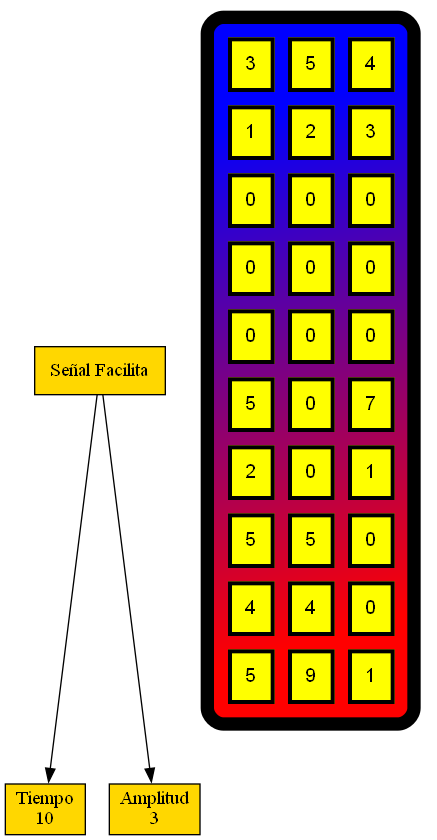
The Graphviz diagram Matriz_original.png in KINGR0X/IPC2_Proyecto1_202044192, before a commit. Its source is kept beside it as Matriz_original.dot.
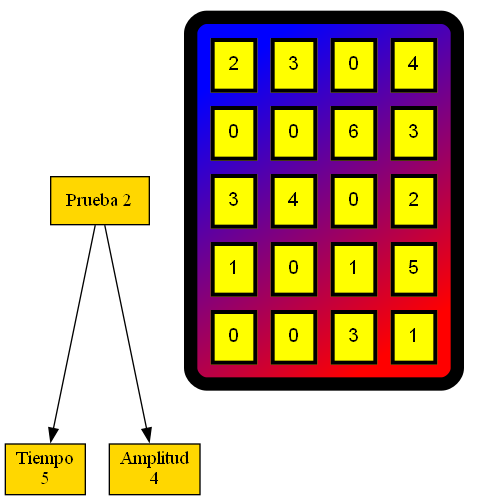
The same diagram one commit later.

Change to the diagram source:
```diff
@@ -1,9 +1,9 @@
 digraph G {
 subgraph {
-nodo_00[label=" Señal Facilita ",fontcolor="#000000",fillcolor=gold, style=filled,shape=box];
-nodo_01_left[label="Tiempo\n10",fontcolor="#000000",fillcolor=gold, style=filled,shape=box];
+nodo_00[label=" Prueba 2 ",fontcolor="#000000",fillcolor=gold, style=filled,shape=box];
+nodo_01_left[label="Tiempo\n5",fontcolor="#000000",fillcolor=gold, style=filled,shape=box];
 nodo_00 -> nodo_01_left;
-nodo_01_right[label="Amplitud\n3",fontcolor="#000000",fillcolor=gold, style=filled,shape=box];
+nodo_01_right[label="Amplitud\n4",fontcolor="#000000",fillcolor=gold, style=filled,shape=box];
 nodo_00 -> nodo_01_right;
 }
 
@@ -12,44 +12,29 @@
 edge [fontname="Helvetica,Arial,sans-serif"]
 a0 [shape=none label=<
 <TABLE border="10" cellspacing="10" cellpadding="10" style="rounded" bgcolor="blue:red" gradientangle="315">
-            <TR><TD border="3"  bgcolor="yellow" gradientangle="315">3</TD>
-<TD border="3"  bgcolor="yellow" gradientangle="315">5</TD>
+            <TR><TD border="3"  bgcolor="yellow" gradientangle="315">2</TD>
+<TD border="3"  bgcolor="yellow" gradientangle="315">3</TD>
+<TD border="3"  bgcolor="yellow" gradientangle="315">0</TD>
 <TD border="3"  bgcolor="yellow" gradientangle="315">4</TD>
-</TR>
-<TR><TD border="3"  bgcolor="yellow" gradientangle="315">1</TD>
-<TD border="3"  bgcolor="yellow" gradientangle="315">2</TD>
-<TD border="3"  bgcolor="yellow" gradientangle="315">3</TD>
 </TR>
 <TR><TD border="3"  bgcolor="yellow" gradientangle="315">0</TD>
 <TD border="3"  bgcolor="yellow" gradientangle="315">0</TD>
+<TD border="3"  bgcolor="yellow" gradientangle="315">6</TD>
+<TD border="3"  bgcolor="yellow" gradientangle="315">3</TD>
+</TR>
+<TR><TD border="3"  bgcolor="yellow" gradientangle="315">3</TD>
+<TD border="3"  bgcolor="yellow" gradientangle="315">4</TD>
 <TD border="3"  bgcolor="yellow" gradientangle="315">0</TD>
+<TD border="3"  bgcolor="yellow" gradientangle="315">2</TD>
+</TR>
+<TR><TD border="3"  bgcolor="yellow" gradientangle="315">1</TD>
+<TD border="3"  bgcolor="yellow" gradientangle="315">0</TD>
+<TD border="3"  bgcolor="yellow" gradientangle="315">1</TD>
+<TD border="3"  bgcolor="yellow" gradientangle="315">5</TD>
 </TR>
 <TR><TD border="3"  bgcolor="yellow" gradientangle="315">0</TD>
 <TD border="3"  bgcolor="yellow" gradientangle="315">0</TD>
-<TD border="3"  bgcolor="yellow" gradientangle="315">0</TD>
-</TR>
-<TR><TD border="3"  bgcolor="yellow" gradientangle="315">0</TD>
-<TD border="3"  bgcolor="yellow" gradientangle="315">0</TD>
-<TD border="3"  bgcolor="yellow" gradientangle="315">0</TD>
-</TR>
-<TR><TD border="3"  bgcolor="yellow" gradientangle="315">5</TD>
-<TD border="3"  bgcolor="yellow" gradientangle="315">0</TD>
-<TD border="3"  bgcolor="yellow" gradientangle="315">7</TD>
-</TR>
-<TR><TD border="3"  bgcolor="yellow" gradientangle="315">2</TD>
-<TD border="3"  bgcolor="yellow" gradientangle="315">0</TD>
-<TD border="3"  bgcolor="yellow" gradientangle="315">1</TD>
-</TR>
-<TR><TD border="3"  bgcolor="yellow" gradientangle="315">5</TD>
-<TD border="3"  bgcolor="yellow" gradientangle="315">5</TD>
-<TD border="3"  bgcolor="yellow" gradientangle="315">0</TD>
-</TR>
-<TR><TD border="3"  bgcolor="yellow" gradientangle="315">4</TD>
-<TD border="3"  bgcolor="yellow" gradientangle="315">4</TD>
-<TD border="3"  bgcolor="yellow" gradientangle="315">0</TD>
-</TR>
-<TR><TD border="3"  bgcolor="yellow" gradientangle="315">5</TD>
-<TD border="3"  bgcolor="yellow" gradientangle="315">9</TD>
+<TD border="3"  bgcolor="yellow" gradientangle="315">3</TD>
 <TD border="3"  bgcolor="yellow" gradientangle="315">1</TD>
 
 </TR></TABLE>>];
```
